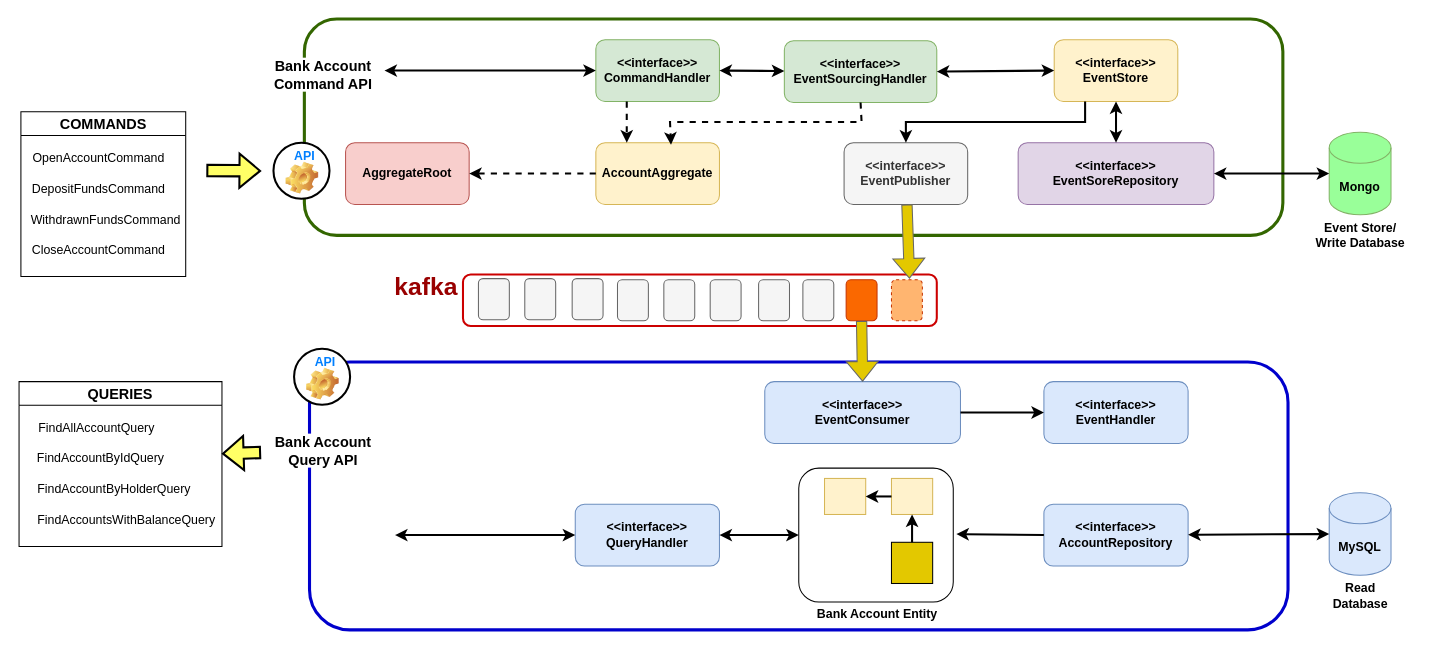
This is Solution Items/ApplicationArchitecture.drawio from jsanchco/BankingAccount, a draw.io file, before an edit. Source tidied: cells renumbered, new cells numbered last; positions are measured from the earlier drawing's top-left corner, leaving out a move shared by most shapes. Both pictures are drawn from the tidied source at 103%, with x=0, y=0 at pixel (18, 19).
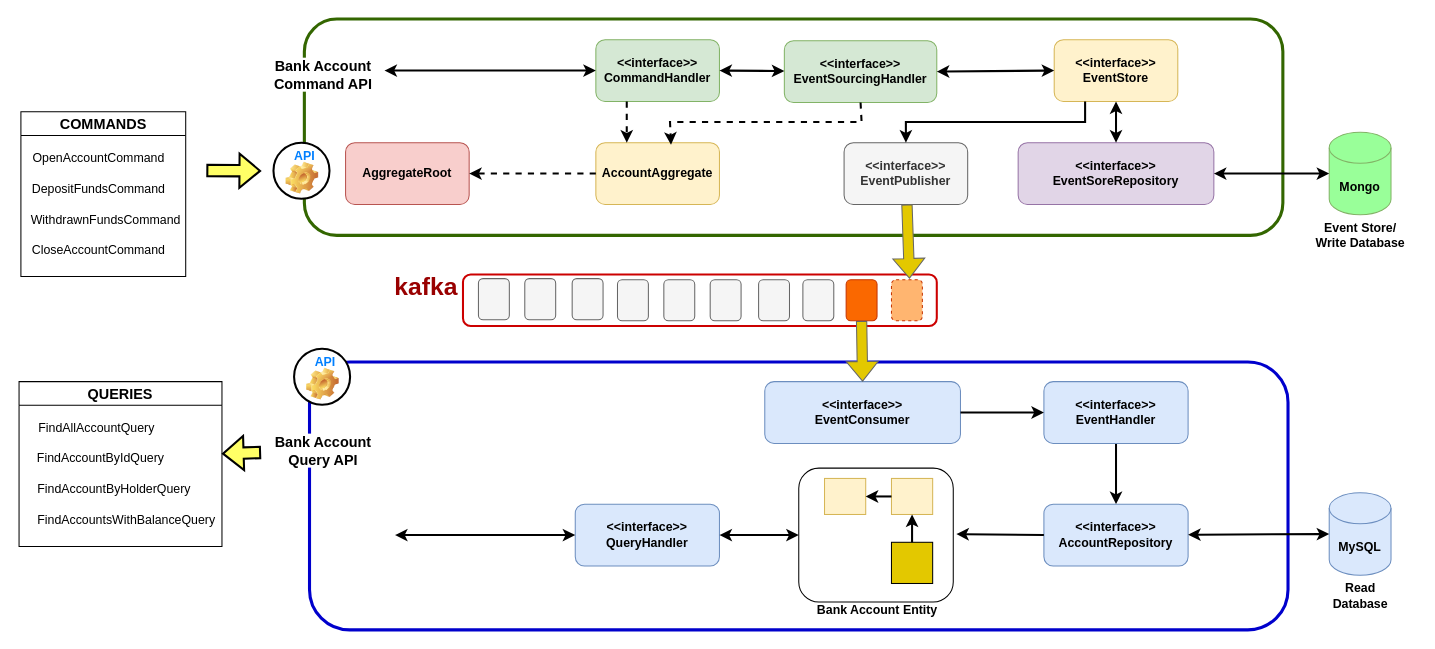
The same page after the edit.

Unchanged cells that the change refers to:
```xml
<mxCell id="18" style="group;" parent="1" vertex="1">
  <mxGeometry x="758" y="436" width="150" height="157" as="geometry" />
</mxCell>
<mxCell id="54" value="&lt;b&gt;&amp;lt;&amp;lt;interface&amp;gt;&amp;gt;&lt;br&gt;EventHandler&lt;br&gt;&lt;/b&gt;" style="rounded=1;whiteSpace=wrap;html=1;fillColor=#dae8fc;strokeColor=#6c8ebf;" parent="1" vertex="1">
  <mxGeometry x="996" y="352" width="140" height="60" as="geometry" />
</mxCell>
<mxCell id="56" value="&lt;b&gt;&amp;lt;&amp;lt;interface&amp;gt;&amp;gt;&lt;br&gt;AccountRepository&lt;br&gt;&lt;/b&gt;" style="rounded=1;whiteSpace=wrap;html=1;fillColor=#dae8fc;strokeColor=#6c8ebf;" parent="1" vertex="1">
  <mxGeometry x="996" y="471" width="140" height="60" as="geometry" />
</mxCell>
```

Diff of the diagram source:
```diff
@@
     <mxCell id="25" value="&lt;b&gt;Bank Account Entity&lt;/b&gt;" style="text;html=1;align=center;verticalAlign=middle;strokeColor=none;fillColor=none;" parent="18" vertex="1">
-      <mxGeometry x="6" y="127" width="140" height="30" as="geometry" />
+      <mxGeometry x="6" y="123" width="140" height="30" as="geometry" />
     </mxCell>
@@
+    <mxCell id="80" style="edgeStyle=orthogonalEdgeStyle;rounded=0;jettySize=auto;html=1;strokeWidth=2;" parent="1" edge="1" source="54" target="56">
+      <mxGeometry relative="1" as="geometry" />
+    </mxCell>
```
